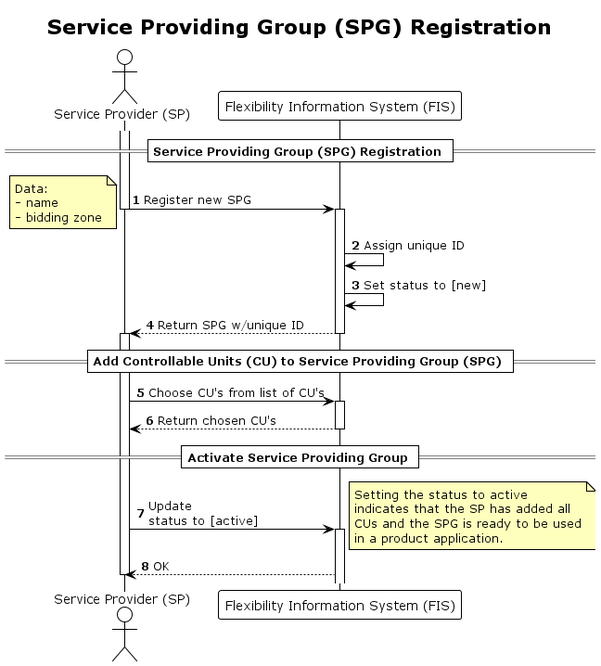
elhub/flex-information-system keeps this PlantUML diagram as docs/diagrams/service_providing_group_registration.png. Above is the earlier version.
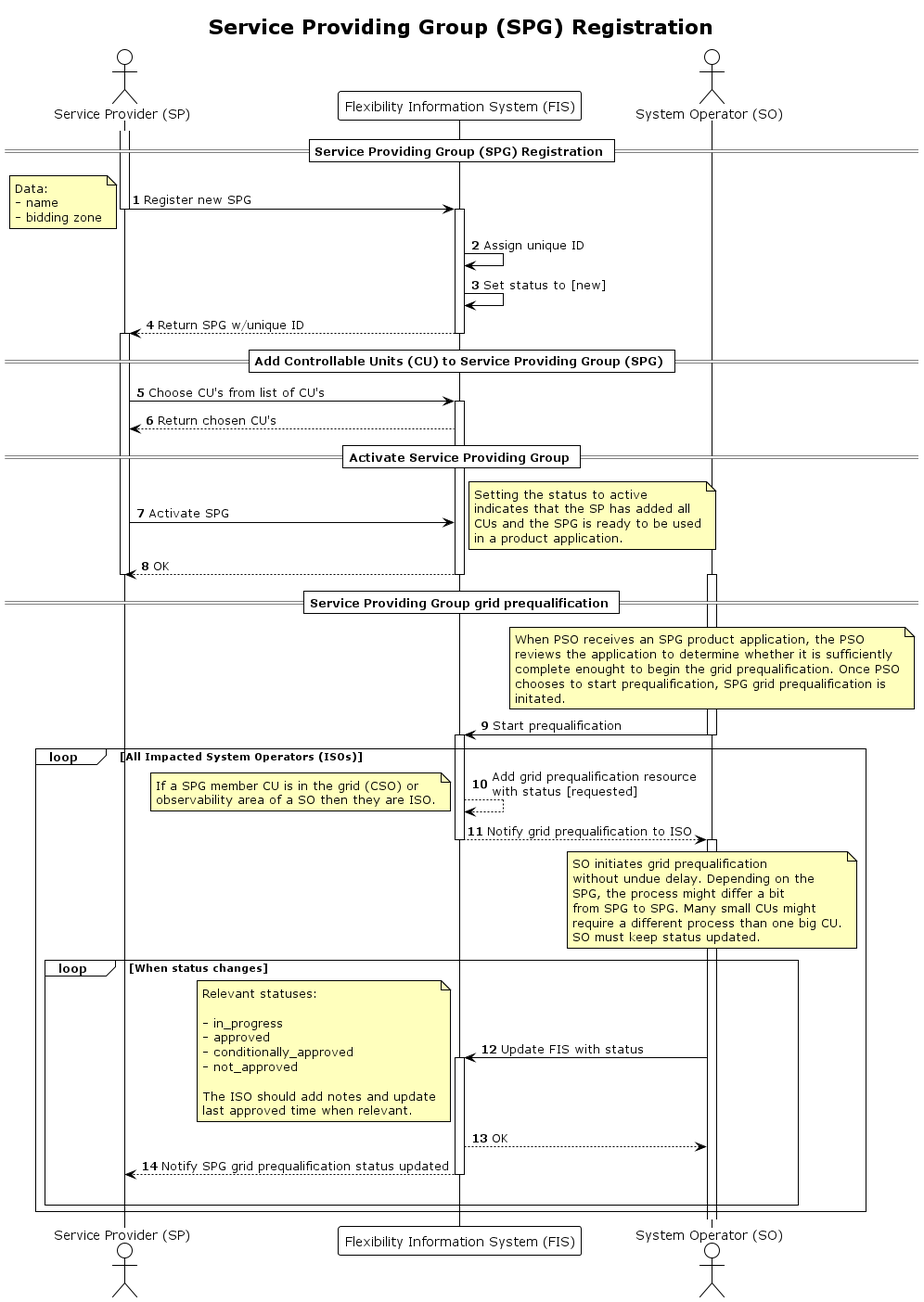
After the change.

Commit message:
diagram and description

The edit, as a diff of the source:
```diff
@@ -10,6 +10,7 @@
 
 actor "Service Provider (SP)" as SP
 participant "Flexibility Information System (FIS)" as FIS
+actor "System Operator (SO)" as SO
 
 
 == Service Providing Group (SPG) Registration ==
@@ -36,19 +37,76 @@
 SP -> FIS: Choose CU's from list of CU's
 activate FIS
 FIS --> SP: Return chosen CU's
-deactivate FIS
 
 == Activate Service Providing Group ==
 
-SP -> FIS: Update\nstatus to [active]
+SP -> FIS: Activate SPG
 note right
     Setting the status to active
     indicates that the SP has added all
     CUs and the SPG is ready to be used
     in a product application.
 end note
-activate FIS
 FIS --> SP: OK
 deactivate SP
+deactivate FIS
+
+== Service Providing Group grid prequalification ==
+
+
+note over SO
+    When PSO receives an SPG product application, the PSO
+    reviews the application to determine whether it is sufficiently
+    complete enought to begin the grid prequalification. Once PSO
+    chooses to start prequalification, SPG grid prequalification is
+    initated.
+end note
+
+activate SO
+SO -> FIS: Start prequalification
+deactivate SO
+activate FIS
+
+loop All Impacted System Operators (ISOs)
+    FIS --> FIS: Add grid prequalification resource\nwith status [requested]
+    note left
+        If a SPG member CU is in the grid (CSO) or
+        observability area of a SO then they are ISO.
+    end note
+    FIS --> SO: Notify grid prequalification to ISO
+
+    deactivate FIS
+    activate SO
+
+
+    note over SO
+        SO initiates grid prequalification
+        without undue delay. Depending on the
+        SPG, the process might differ a bit
+        from SPG to SPG. Many small CUs might
+        require a different process than one big CU.
+        SO must keep status updated.
+    end note
+    loop When status changes
+        SO -> FIS: Update FIS with status
+        note left
+            Relevant statuses:
+
+            - in_progress
+            - approved
+            - conditionally_approved
+            - not_approved
+
+            The ISO should add notes and update
+            last approved time when relevant.
+        end note
+        activate FIS
+        FIS --> SO: OK
+        FIS --> SP: Notify SPG grid prequalification status updated
+        deactivate FIS
+        |||
+    end
+end
+
 
 @enduml
```
